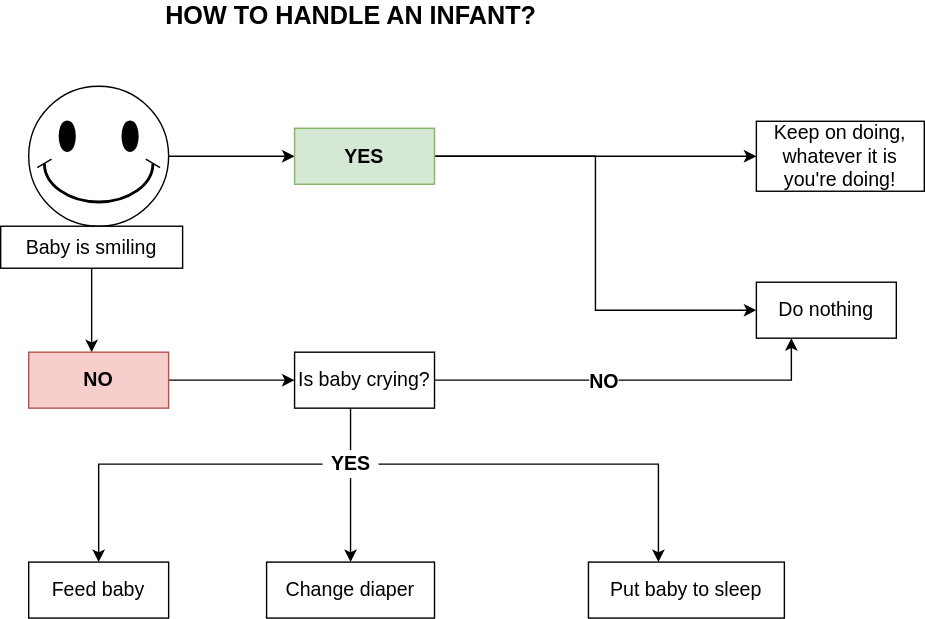
Before: KT2-148.svg, a diagram exported from draw.io (KomunikacjaTechnicznaVistula/Anna-Bureta). Source tidied: cells renumbered, new cells last; positions are measured from the earlier drawing's top-left corner, leaving out a move shared by most shapes.
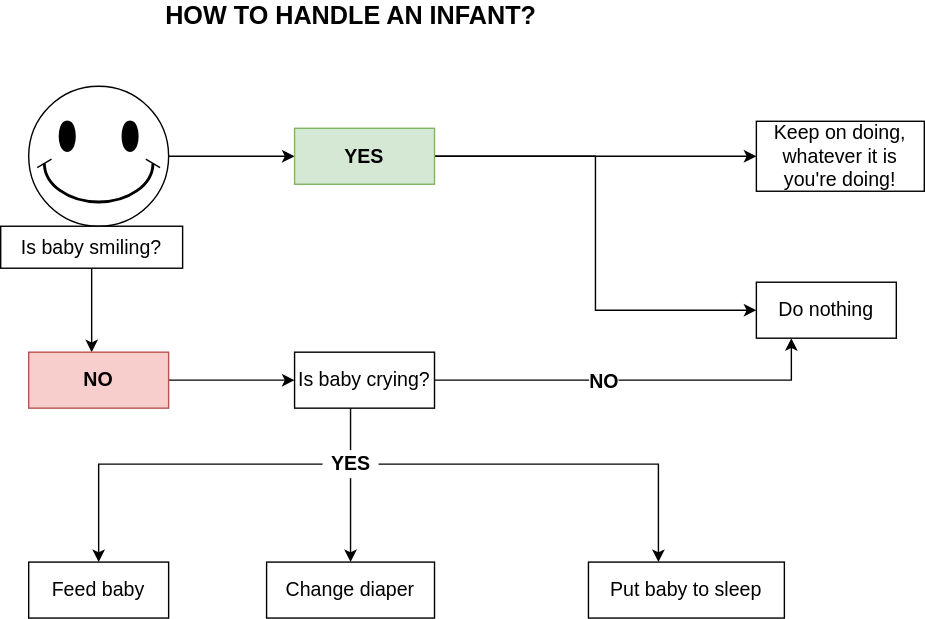
The same diagram one commit later.

The edit, as a diff of the source:
```diff
@@ -16,7 +16,7 @@
         <mxPoint x="65" y="250" as="targetPoint" />
       </mxGeometry>
     </mxCell>
-    <mxCell id="6" value="Baby is smiling" style="whiteSpace=wrap;html=1;fontSize=14;" parent="1" vertex="1">
+    <mxCell id="6" value="Is baby smiling?" style="whiteSpace=wrap;html=1;fontSize=14;" parent="1" vertex="1">
       <mxGeometry y="160" width="130" height="30" as="geometry" />
     </mxCell>
     <mxCell id="7" value="Do nothing" style="whiteSpace=wrap;html=1;align=center;fontSize=14;" parent="1" vertex="1">
```
